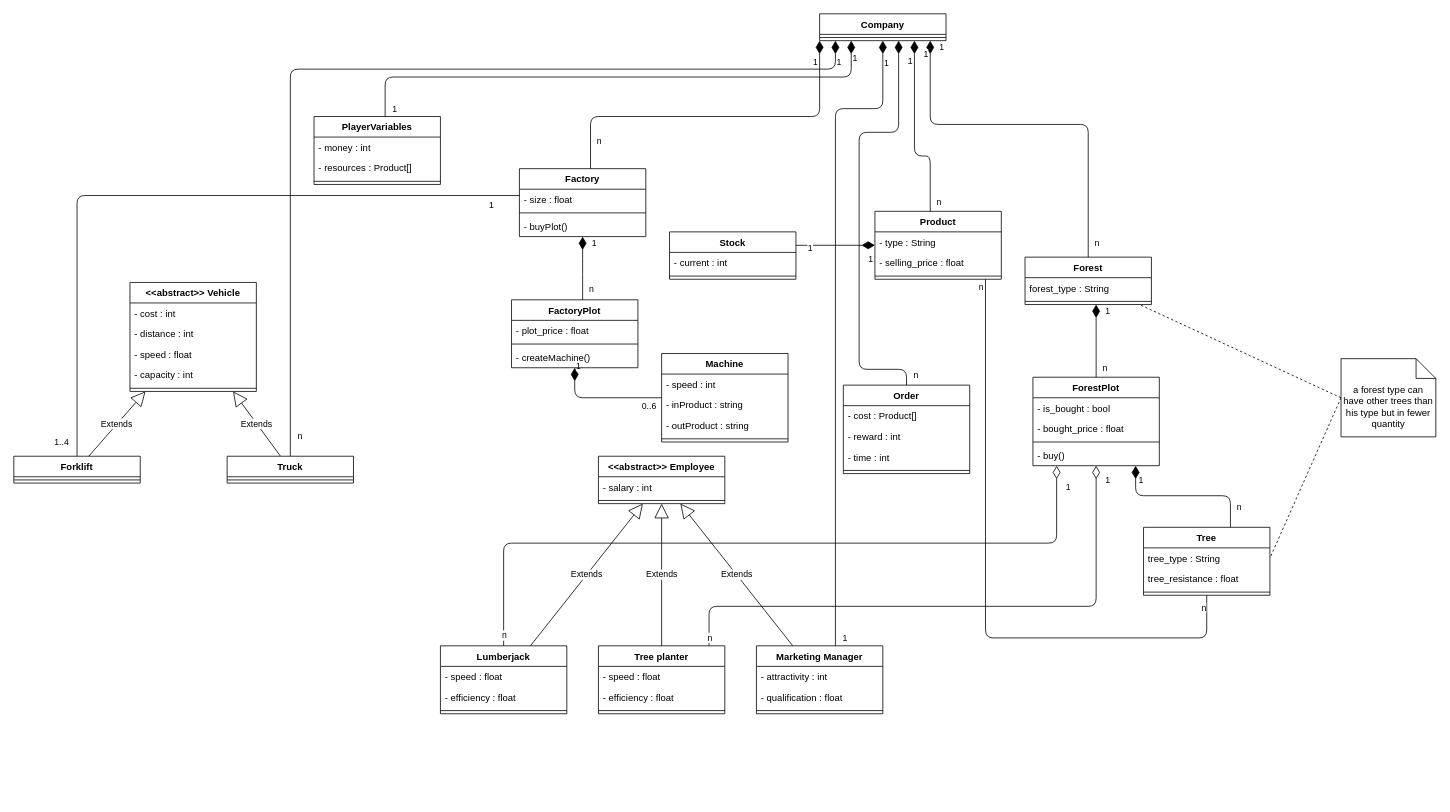
The draw.io diagram page "MDC" (1 of 3) of UML_diagrams/reduced_visibility_uml.drawio in QuinD3cim/AP4B_Lumber, before the edit. Source tidied: cells renumbered, new cells numbered last; positions are measured from the earlier drawing's top-left corner, leaving out a move shared by most shapes. Both pictures are drawn from the tidied source at 79%, with x=0, y=0 at pixel (13, 13).
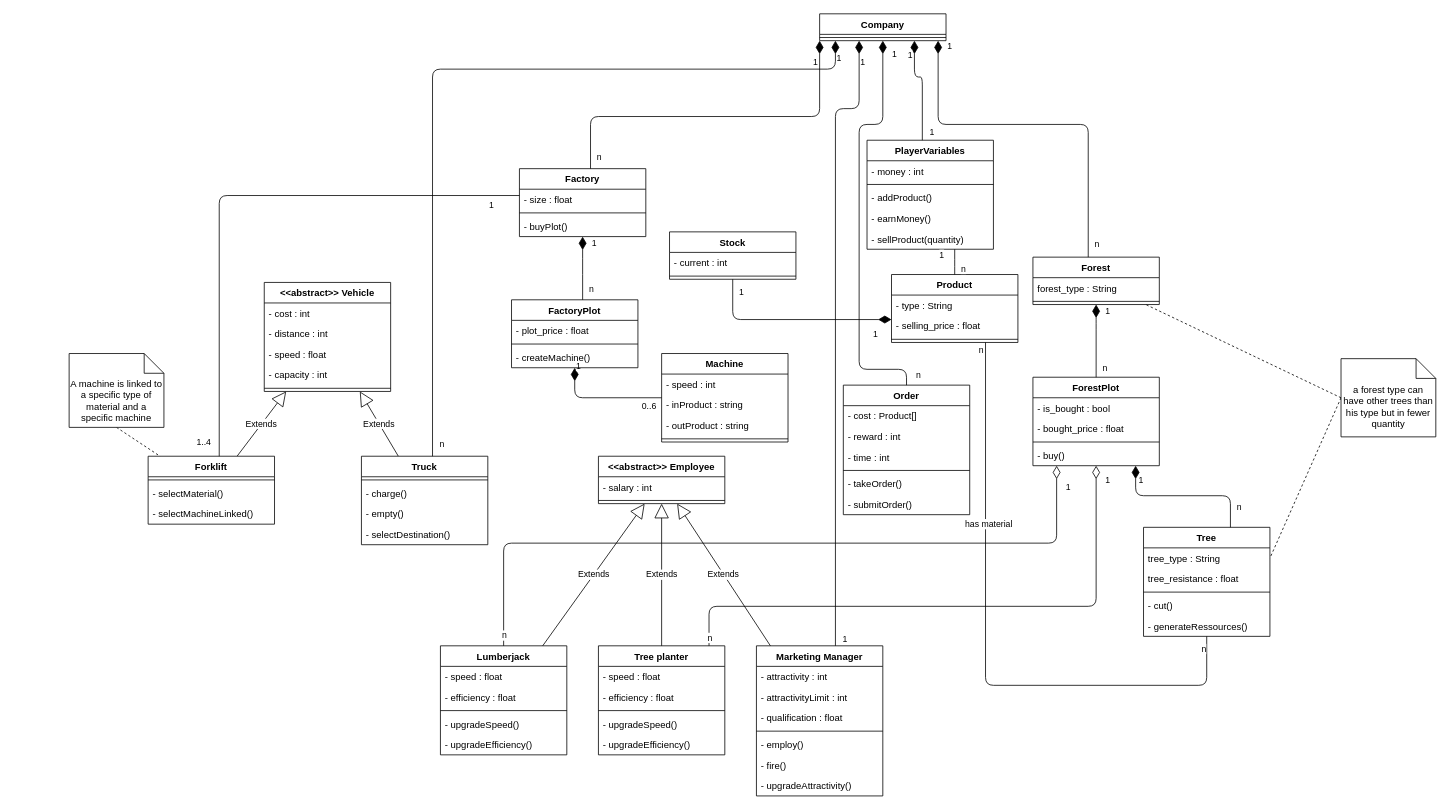
The same page after the edit.

Commit message (it also covers changes not shown here):
:memo: Modification of class diagram

The change refers to these unchanged cells:
```xml
<mxCell id="38" value="Stock" style="swimlane;fontStyle=1;align=center;verticalAlign=top;horizontal=1;startSize=26;" parent="1" vertex="1">
  <mxGeometry x="830" y="276" width="160" height="60" as="geometry" />
</mxCell>
<mxCell id="56" value="Company" style="swimlane;fontStyle=1;align=center;verticalAlign=top;horizontal=1;startSize=26;" parent="1" vertex="1">
  <mxGeometry x="1020" width="160" height="34" as="geometry" />
</mxCell>
<mxCell id="88" value="Factory" style="swimlane;fontStyle=1;align=center;verticalAlign=top;horizontal=1;startSize=26;" parent="1" vertex="1">
  <mxGeometry x="640" y="196" width="160" height="86" as="geometry" />
</mxCell>
<mxCell id="98" value="1" style="endArrow=none;html=1;endSize=12;startArrow=diamondThin;startSize=14;startFill=1;edgeStyle=orthogonalEdgeStyle;align=left;verticalAlign=bottom;endFill=0;" parent="1" edge="1" source="56" target="88">
  <mxGeometry x="-0.84" y="-10" relative="1" as="geometry">
    <Array as="points">
      <mxPoint x="1020" y="130" />
      <mxPoint x="730" y="130" />
    </Array>
  </mxGeometry>
</mxCell>
```

The edit, as a diff of the source:
```diff
@@
     <mxCell id="2" value="Forest" style="swimlane;fontStyle=1;align=center;verticalAlign=top;horizontal=1;startSize=26;" parent="1" vertex="1">
-      <mxGeometry x="1280" y="308" width="160" height="60" as="geometry" />
+      <mxGeometry x="1290" y="308" width="160" height="60" as="geometry" />
     </mxCell>
@@
     <mxCell id="5" value="PlayerVariables" style="swimlane;fontStyle=1;align=center;verticalAlign=top;horizontal=1;startSize=26;" parent="1" vertex="1">
-      <mxGeometry x="380" y="130" width="160" height="86" as="geometry" />
+      <mxGeometry x="1080" y="160" width="160" height="138" as="geometry" />
     </mxCell>
@@
-    <mxCell id="7" value="- resources : Product[]" style="text;strokeColor=none;fillColor=none;align=left;verticalAlign=top;spacingLeft=4;spacingRight=4;overflow=hidden;" parent="5" vertex="1">
-      <mxGeometry y="52" width="160" height="26" as="geometry" />
-    </mxCell>
     <mxCell id="8" style="line;strokeWidth=1;fillColor=none;align=left;verticalAlign=middle;spacingTop=-1;spacingLeft=3;spacingRight=3;labelPosition=right;" parent="5" vertex="1">
-      <mxGeometry y="78" width="160" height="8" as="geometry" />
+      <mxGeometry y="52" width="160" height="8" as="geometry" />
     </mxCell>
+    <mxCell id="112" value="- addProduct()" style="text;strokeColor=none;fillColor=none;align=left;verticalAlign=top;spacingLeft=4;spacingRight=4;overflow=hidden;" parent="5" vertex="1">
+      <mxGeometry y="60" width="160" height="26" as="geometry" />
+    </mxCell>
+    <mxCell id="113" value="- earnMoney()" style="text;strokeColor=none;fillColor=none;align=left;verticalAlign=top;spacingLeft=4;spacingRight=4;overflow=hidden;" parent="5" vertex="1">
+      <mxGeometry y="86" width="160" height="26" as="geometry" />
+    </mxCell>
+    <mxCell id="114" value="- sellProduct(quantity)" style="text;strokeColor=none;fillColor=none;align=left;verticalAlign=top;spacingLeft=4;spacingRight=4;overflow=hidden;points=[[0,0.5],[1,0.5]];portConstraint=eastwest;" parent="5" vertex="1">
+      <mxGeometry y="112" width="160" height="26" as="geometry" />
+    </mxCell>
     <mxCell id="9" value="Tree planter" style="swimlane;fontStyle=1;align=center;verticalAlign=top;horizontal=1;startSize=26;" parent="1" vertex="1">
-      <mxGeometry x="740" y="800" width="160" height="86" as="geometry" />
+      <mxGeometry x="740" y="800" width="160" height="138" as="geometry" />
     </mxCell>
@@
+    <mxCell id="115" value="- upgradeSpeed()" style="text;strokeColor=none;fillColor=none;align=left;verticalAlign=top;spacingLeft=4;spacingRight=4;overflow=hidden;" parent="9" vertex="1">
+      <mxGeometry y="86" width="160" height="26" as="geometry" />
+    </mxCell>
+    <mxCell id="116" value="- upgradeEfficiency()" style="text;strokeColor=none;fillColor=none;align=left;verticalAlign=top;spacingLeft=4;spacingRight=4;overflow=hidden;" parent="9" vertex="1">
+      <mxGeometry y="112" width="160" height="26" as="geometry" />
+    </mxCell>
     <mxCell id="13" value="Lumberjack" style="swimlane;fontStyle=1;align=center;verticalAlign=top;horizontal=1;startSize=26;" parent="1" vertex="1">
-      <mxGeometry x="540" y="800" width="160" height="86" as="geometry" />
+      <mxGeometry x="540" y="800" width="160" height="138" as="geometry" />
     </mxCell>
@@
+    <mxCell id="117" value="- upgradeSpeed()" style="text;strokeColor=none;fillColor=none;align=left;verticalAlign=top;spacingLeft=4;spacingRight=4;overflow=hidden;" parent="13" vertex="1">
+      <mxGeometry y="86" width="160" height="26" as="geometry" />
+    </mxCell>
+    <mxCell id="118" value="- upgradeEfficiency()" style="text;strokeColor=none;fillColor=none;align=left;verticalAlign=top;spacingLeft=4;spacingRight=4;overflow=hidden;" parent="13" vertex="1">
+      <mxGeometry y="112" width="160" height="26" as="geometry" />
+    </mxCell>
@@
     <mxCell id="22" value="Marketing Manager" style="swimlane;fontStyle=1;align=center;verticalAlign=top;horizontal=1;startSize=26;" parent="1" vertex="1">
-      <mxGeometry x="940" y="800" width="160" height="86" as="geometry" />
+      <mxGeometry x="940" y="800" width="160" height="190" as="geometry" />
     </mxCell>
@@
+    <mxCell id="119" value="- attractivityLimit : int" style="text;strokeColor=none;fillColor=none;align=left;verticalAlign=top;spacingLeft=4;spacingRight=4;overflow=hidden;" parent="22" vertex="1">
+      <mxGeometry y="52" width="160" height="26" as="geometry" />
+    </mxCell>
     <mxCell id="24" value="- qualification : float" style="text;strokeColor=none;fillColor=none;align=left;verticalAlign=top;spacingLeft=4;spacingRight=4;overflow=hidden;" parent="22" vertex="1">
-      <mxGeometry y="52" width="160" height="26" as="geometry" />
+      <mxGeometry y="78" width="160" height="26" as="geometry" />
     </mxCell>
     <mxCell id="25" style="line;strokeWidth=1;fillColor=none;align=left;verticalAlign=middle;spacingTop=-1;spacingLeft=3;spacingRight=3;labelPosition=right;" parent="22" vertex="1">
-      <mxGeometry y="78" width="160" height="8" as="geometry" />
+      <mxGeometry y="104" width="160" height="8" as="geometry" />
     </mxCell>
+    <mxCell id="120" value="- employ()" style="text;strokeColor=none;fillColor=none;align=left;verticalAlign=top;spacingLeft=4;spacingRight=4;overflow=hidden;" parent="22" vertex="1">
+      <mxGeometry y="112" width="160" height="26" as="geometry" />
+    </mxCell>
+    <mxCell id="121" value="- fire()" style="text;strokeColor=none;fillColor=none;align=left;verticalAlign=top;spacingLeft=4;spacingRight=4;overflow=hidden;" parent="22" vertex="1">
+      <mxGeometry y="138" width="160" height="26" as="geometry" />
+    </mxCell>
+    <mxCell id="122" value="- upgradeAttractivity()" style="text;strokeColor=none;fillColor=none;align=left;verticalAlign=top;spacingLeft=4;spacingRight=4;overflow=hidden;" parent="22" vertex="1">
+      <mxGeometry y="164" width="160" height="26" as="geometry" />
+    </mxCell>
@@
     <mxCell id="32" value="&lt;&lt;abstract&gt;&gt; Vehicle&#10;" style="swimlane;fontStyle=1;align=center;verticalAlign=top;horizontal=1;startSize=26;" parent="1" vertex="1">
-      <mxGeometry x="147" y="340" width="160" height="138" as="geometry" />
+      <mxGeometry x="317" y="340" width="160" height="138" as="geometry" />
     </mxCell>
@@
     <mxCell id="42" value="Truck" style="swimlane;fontStyle=1;align=center;verticalAlign=top;horizontal=1;startSize=26;" parent="1" vertex="1">
-      <mxGeometry x="270" y="560" width="160" height="34" as="geometry" />
+      <mxGeometry x="440" y="560" width="160" height="112" as="geometry" />
     </mxCell>
@@
+    <mxCell id="123" value="- charge()" style="text;strokeColor=none;fillColor=none;align=left;verticalAlign=top;spacingLeft=4;spacingRight=4;overflow=hidden;" parent="42" vertex="1">
+      <mxGeometry y="34" width="160" height="26" as="geometry" />
+    </mxCell>
+    <mxCell id="124" value="- empty()" style="text;strokeColor=none;fillColor=none;align=left;verticalAlign=top;spacingLeft=4;spacingRight=4;overflow=hidden;" parent="42" vertex="1">
+      <mxGeometry y="60" width="160" height="26" as="geometry" />
+    </mxCell>
+    <mxCell id="125" value="- selectDestination()" style="text;strokeColor=none;fillColor=none;align=left;verticalAlign=top;spacingLeft=4;spacingRight=4;overflow=hidden;" parent="42" vertex="1">
+      <mxGeometry y="86" width="160" height="26" as="geometry" />
+    </mxCell>
@@
     <mxCell id="45" value="Forklift" style="swimlane;fontStyle=1;align=center;verticalAlign=top;horizontal=1;startSize=26;" parent="1" vertex="1">
-      <mxGeometry y="560" width="160" height="34" as="geometry" />
+      <mxGeometry x="170" y="560" width="160" height="86" as="geometry" />
     </mxCell>
@@
+    <mxCell id="126" value="- selectMaterial()" style="text;strokeColor=none;fillColor=none;align=left;verticalAlign=top;spacingLeft=4;spacingRight=4;overflow=hidden;" parent="45" vertex="1">
+      <mxGeometry y="34" width="160" height="26" as="geometry" />
+    </mxCell>
+    <mxCell id="127" value="- selectMachineLinked()" style="text;strokeColor=none;fillColor=none;align=left;verticalAlign=top;spacingLeft=4;spacingRight=4;overflow=hidden;" parent="45" vertex="1">
+      <mxGeometry y="60" width="160" height="26" as="geometry" />
+    </mxCell>
     <mxCell id="47" value="Product" style="swimlane;fontStyle=1;align=center;verticalAlign=top;horizontal=1;startSize=26;" parent="1" vertex="1">
-      <mxGeometry x="1090" y="250" width="160" height="86" as="geometry" />
+      <mxGeometry x="1111" y="330" width="160" height="86" as="geometry" />
     </mxCell>
@@
     <mxCell id="51" value="Order" style="swimlane;fontStyle=1;align=center;verticalAlign=top;horizontal=1;startSize=26;" parent="1" vertex="1">
-      <mxGeometry x="1050" y="470" width="160" height="112" as="geometry" />
+      <mxGeometry x="1050" y="470" width="160" height="164" as="geometry" />
     </mxCell>
@@
+    <mxCell id="128" value="- takeOrder()" style="text;strokeColor=none;fillColor=none;align=left;verticalAlign=top;spacingLeft=4;spacingRight=4;overflow=hidden;" parent="51" vertex="1">
+      <mxGeometry y="112" width="160" height="26" as="geometry" />
+    </mxCell>
+    <mxCell id="129" value="- submitOrder()" style="text;strokeColor=none;fillColor=none;align=left;verticalAlign=top;spacingLeft=4;spacingRight=4;overflow=hidden;" parent="51" vertex="1">
+      <mxGeometry y="138" width="160" height="26" as="geometry" />
+    </mxCell>
@@
     <mxCell id="58" value="Tree" style="swimlane;fontStyle=1;align=center;verticalAlign=top;horizontal=1;startSize=26;" parent="1" vertex="1">
-      <mxGeometry x="1430" y="650" width="160" height="86" as="geometry" />
+      <mxGeometry x="1430" y="650" width="160" height="138" as="geometry" />
     </mxCell>
@@
+    <mxCell id="130" value="- cut()" style="text;strokeColor=none;fillColor=none;align=left;verticalAlign=top;spacingLeft=4;spacingRight=4;overflow=hidden;" parent="58" vertex="1">
+      <mxGeometry y="86" width="160" height="26" as="geometry" />
+    </mxCell>
+    <mxCell id="131" value="- generateRessources()" style="text;strokeColor=none;fillColor=none;align=left;verticalAlign=top;spacingLeft=4;spacingRight=4;overflow=hidden;" parent="58" vertex="1">
+      <mxGeometry y="112" width="160" height="26" as="geometry" />
+    </mxCell>
     <mxCell id="62" value="1" style="endArrow=none;html=1;endSize=12;startArrow=diamondThin;startSize=14;startFill=1;edgeStyle=orthogonalEdgeStyle;align=left;verticalAlign=bottom;endFill=0;" parent="1" edge="1" source="56" target="2">
       <mxGeometry x="-0.93" y="10" relative="1" as="geometry">
         <Array as="points">
-          <mxPoint x="1160" y="140" />
+          <mxPoint x="1170" y="140" />
           <mxPoint x="1360" y="140" />
         </Array>
       </mxGeometry>
     </mxCell>
@@
     <mxCell id="66" value="1" style="endArrow=none;html=1;endSize=12;startArrow=diamondThin;startSize=14;startFill=1;edgeStyle=orthogonalEdgeStyle;align=left;verticalAlign=bottom;endFill=0;entryX=0.5;entryY=0;entryDx=0;entryDy=0;" parent="1" edge="1" source="56" target="51">
-      <mxGeometry x="-0.87" y="10" relative="1" as="geometry">
+      <mxGeometry x="-0.9" y="10" relative="1" as="geometry">
         <Array as="points">
-          <mxPoint x="1120" y="150" />
-          <mxPoint x="1070" y="150" />
+          <mxPoint x="1100" y="140" />
+          <mxPoint x="1070" y="140" />
           <mxPoint x="1070" y="450" />
           <mxPoint x="1130" y="450" />
         </Array>
       </mxGeometry>
     </mxCell>
@@
-    <mxCell id="70" value="1" style="endArrow=none;html=1;endSize=12;startArrow=diamondThin;startSize=14;startFill=1;edgeStyle=orthogonalEdgeStyle;align=left;verticalAlign=bottom;endFill=0;" parent="1" edge="1" source="56" target="47">
-      <mxGeometry x="-0.78" y="10" relative="1" as="geometry">
+    <mxCell id="70" value="1" style="endArrow=none;html=1;endSize=12;startArrow=none;startSize=14;startFill=1;edgeStyle=orthogonalEdgeStyle;align=left;verticalAlign=bottom;endFill=0;" parent="1" edge="1" source="114" target="47">
+      <mxGeometry y="-21" relative="1" as="geometry">
         <Array as="points">
-          <mxPoint x="1140" y="180" />
-          <mxPoint x="1160" y="180" />
+          <mxPoint x="1191" y="310" />
+          <mxPoint x="1191" y="310" />
         </Array>
       </mxGeometry>
     </mxCell>
     <mxCell id="71" value="n" style="edgeLabel;html=1;align=center;verticalAlign=middle;" parent="70" vertex="1">
       <mxGeometry x="0.74" relative="1" as="geometry">
-        <mxPoint x="10" y="19" as="offset" />
+        <mxPoint x="10" y="-4" as="offset" />
       </mxGeometry>
     </mxCell>
     <mxCell id="72" value="1" style="endArrow=none;html=1;endSize=12;startArrow=diamondThin;startSize=14;startFill=1;edgeStyle=orthogonalEdgeStyle;align=left;verticalAlign=bottom;endFill=0;" parent="1" edge="1" source="56" target="22">
       <mxGeometry x="-0.91" relative="1" as="geometry">
         <Array as="points">
-          <mxPoint x="1100" y="120" />
+          <mxPoint x="1070" y="120" />
           <mxPoint x="1040" y="120" />
         </Array>
       </mxGeometry>
     </mxCell>
@@
     <mxCell id="74" value="1" style="endArrow=none;html=1;endSize=12;startArrow=diamondThin;startSize=14;startFill=1;edgeStyle=orthogonalEdgeStyle;align=left;verticalAlign=bottom;endFill=0;" parent="1" edge="1" source="56" target="42">
       <mxGeometry x="-0.94" relative="1" as="geometry">
         <Array as="points">
           <mxPoint x="1040" y="70" />
-          <mxPoint x="350" y="70" />
+          <mxPoint x="530" y="70" />
         </Array>
       </mxGeometry>
     </mxCell>
@@
     <mxCell id="76" value="1" style="endArrow=none;html=1;endSize=12;startArrow=diamondThin;startSize=14;startFill=1;edgeStyle=orthogonalEdgeStyle;align=left;verticalAlign=bottom;endFill=0;" parent="1" edge="1" source="56" target="5">
-      <mxGeometry x="-0.91" relative="1" as="geometry">
+      <mxGeometry x="-0.61" y="-10" relative="1" as="geometry">
         <Array as="points">
-          <mxPoint x="1060" y="80" />
-          <mxPoint x="470" y="80" />
+          <mxPoint x="1140" y="80" />
+          <mxPoint x="1150" y="80" />
         </Array>
       </mxGeometry>
     </mxCell>
     <mxCell id="77" value="1" style="edgeLabel;html=1;align=center;verticalAlign=middle;" parent="76" vertex="1">
       <mxGeometry x="0.89" y="2" relative="1" as="geometry">
-        <mxPoint x="9" y="28" as="offset" />
+        <mxPoint x="9" y="-4" as="offset" />
       </mxGeometry>
     </mxCell>
@@
     <mxCell id="99" value="n" style="edgeLabel;html=1;align=center;verticalAlign=middle;" parent="98" vertex="1">
       <mxGeometry x="0.89" y="2" relative="1" as="geometry">
-        <mxPoint x="8" y="-11" as="offset" />
+        <mxPoint x="8" y="10" as="offset" />
       </mxGeometry>
     </mxCell>
@@
     <mxCell id="104" style="endArrow=none;html=1;edgeStyle=orthogonalEdgeStyle;" parent="1" edge="1" source="88" target="45">
       <mxGeometry relative="1" as="geometry">
         <Array as="points">
-          <mxPoint x="80" y="230" />
+          <mxPoint x="260" y="230" />
         </Array>
       </mxGeometry>
     </mxCell>
@@
     <mxCell id="107" style="endArrow=none;html=1;edgeStyle=orthogonalEdgeStyle;" parent="1" edge="1" source="47" target="58">
       <mxGeometry relative="1" as="geometry">
         <Array as="points">
-          <mxPoint x="1230" y="790" />
-          <mxPoint x="1510" y="790" />
+          <mxPoint x="1230" y="850" />
+          <mxPoint x="1510" y="850" />
         </Array>
       </mxGeometry>
     </mxCell>
@@
+    <mxCell id="132" value="has material" style="edgeLabel;html=1;align=center;verticalAlign=middle;" parent="107" vertex="1">
+      <mxGeometry x="-0.41" y="3" relative="1" as="geometry" />
+    </mxCell>
     <mxCell id="110" value="1" style="endArrow=none;html=1;endSize=12;startArrow=diamondThin;startSize=14;startFill=1;edgeStyle=orthogonalEdgeStyle;align=left;verticalAlign=bottom;endFill=0;" parent="1" edge="1" source="47" target="38">
       <mxGeometry x="-0.8" y="27" relative="1" as="geometry">
         <Array as="points">
-          <mxPoint x="920" y="320" />
+          <mxPoint x="910" y="387" />
         </Array>
       </mxGeometry>
     </mxCell>
@@
+    <mxCell id="133" style="edgeStyle=none;html=1;exitX=0.5;exitY=1;exitDx=0;exitDy=0;exitPerimeter=0;endArrow=none;endFill=0;dashed=1;" parent="1" edge="1" source="134" target="45">
+      <mxGeometry relative="1" as="geometry" />
+    </mxCell>
+    <mxCell id="134" value="A machine is linked to a specific type of material and a specific machine" style="shape=note2;boundedLbl=1;whiteSpace=wrap;html=1;size=25;verticalAlign=top;align=center;" parent="1" vertex="1">
+      <mxGeometry x="70" y="430" width="120" height="93.5" as="geometry" />
+    </mxCell>
```
